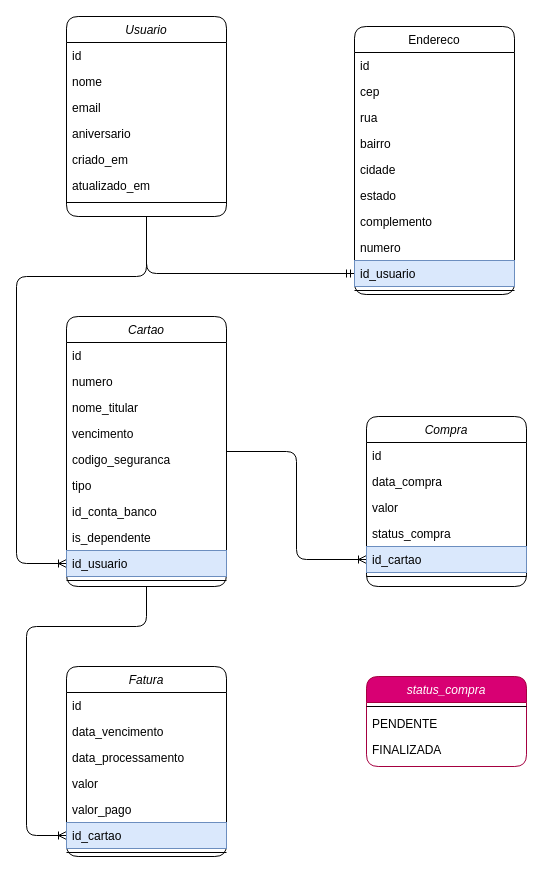
Before: cartao-diagrama.drawio in volneineves/cartao_grupo_03, a draw.io diagram. Source tidied: cells renumbered, new cells numbered last; positions are measured from the earlier drawing's top-left corner, leaving out a move shared by most shapes. Both pictures are drawn from the tidied source at 100%, with x=0, y=0 at pixel (16, 16).
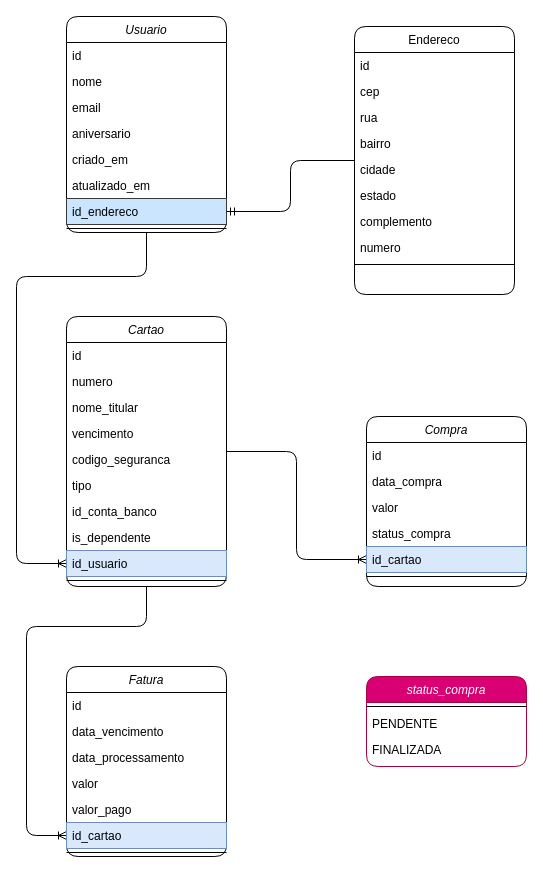
The same diagram, later.

Commit message:
refactor(root) updating usuario and address tables

The change refers to these unchanged cells:
```xml
<mxCell id="12" value="Endereco" style="swimlane;fontStyle=0;align=center;verticalAlign=top;horizontal=1;startSize=26;rounded=1;shadow=0;strokeWidth=1;" parent="1" vertex="1">
  <mxGeometry x="338" y="10" width="160" height="268" as="geometry" />
</mxCell>
```

Change to the diagram source:
```diff
@@
-    <mxCell id="3" style="edgeStyle=orthogonalEdgeStyle;rounded=1;jettySize=auto;html=1;entryX=0;entryY=0.5;entryDx=0;entryDy=0;endArrow=ERmandOne;endFill=0;" parent="1" edge="1" source="4" target="21">
-      <mxGeometry relative="1" as="geometry" />
-    </mxCell>
     <mxCell id="4" value="Usuario" style="swimlane;fontStyle=2;align=center;verticalAlign=top;horizontal=1;startSize=26;rounded=1;shadow=0;strokeWidth=1;" parent="1" vertex="1">
-      <mxGeometry x="50" width="160" height="200" as="geometry" />
+      <mxGeometry x="50" width="160" height="216" as="geometry" />
     </mxCell>
@@
+    <mxCell id="55" value="id_endereco" style="text;align=left;verticalAlign=top;spacingLeft=4;spacingRight=4;overflow=hidden;points=[[0,0.5],[1,0.5]];portConstraint=eastwest;rounded=0;shadow=0;html=0;fillColor=#cce5ff;strokeColor=#36393d;" parent="4" vertex="1">
+      <mxGeometry y="182" width="160" height="26" as="geometry" />
+    </mxCell>
     <mxCell id="11" style="line;html=1;strokeWidth=1;align=left;verticalAlign=middle;spacingTop=-1;spacingLeft=3;spacingRight=3;labelPosition=right;" parent="4" vertex="1">
-      <mxGeometry y="182" width="160" height="8" as="geometry" />
+      <mxGeometry y="208" width="160" height="8" as="geometry" />
     </mxCell>
+    <mxCell id="56" style="edgeStyle=orthogonalEdgeStyle;rounded=1;jettySize=auto;html=1;endArrow=ERmandOne;endFill=0;" parent="1" edge="1" source="12" target="55">
+      <mxGeometry relative="1" as="geometry" />
+    </mxCell>
@@
-    <mxCell id="21" value="id_usuario" style="text;align=left;verticalAlign=top;spacingLeft=4;spacingRight=4;overflow=hidden;points=[[0,0.5],[1,0.5]];portConstraint=eastwest;rounded=0;shadow=0;html=0;fillColor=#dae8fc;strokeColor=#6c8ebf;" parent="12" vertex="1">
-      <mxGeometry y="234" width="160" height="26" as="geometry" />
-    </mxCell>
     <mxCell id="22" style="line;html=1;strokeWidth=1;align=left;verticalAlign=middle;spacingTop=-1;spacingLeft=3;spacingRight=3;labelPosition=right;" parent="12" vertex="1">
-      <mxGeometry y="260" width="160" height="8" as="geometry" />
+      <mxGeometry y="234" width="160" height="8" as="geometry" />
     </mxCell>
```
